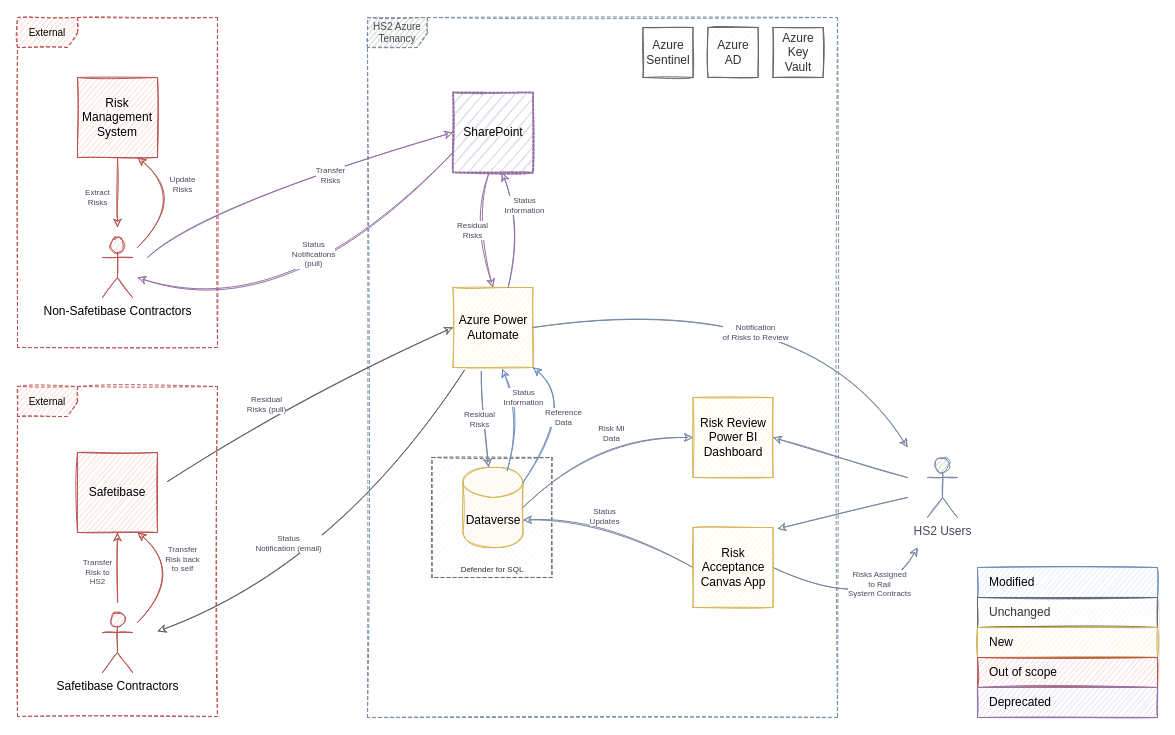
martinlt/reference keeps this draw.io diagram as page "High Level Design - phase #2" (6 of 13) of P639 Diagrams.drawio. Above is the earlier version. Source tidied: cells renumbered, new cells numbered last; positions are measured from the earlier drawing's top-left corner, leaving out a move shared by most shapes. Both pictures are drawn from the tidied source at 100%, with x=0, y=0 at pixel (17, 17).
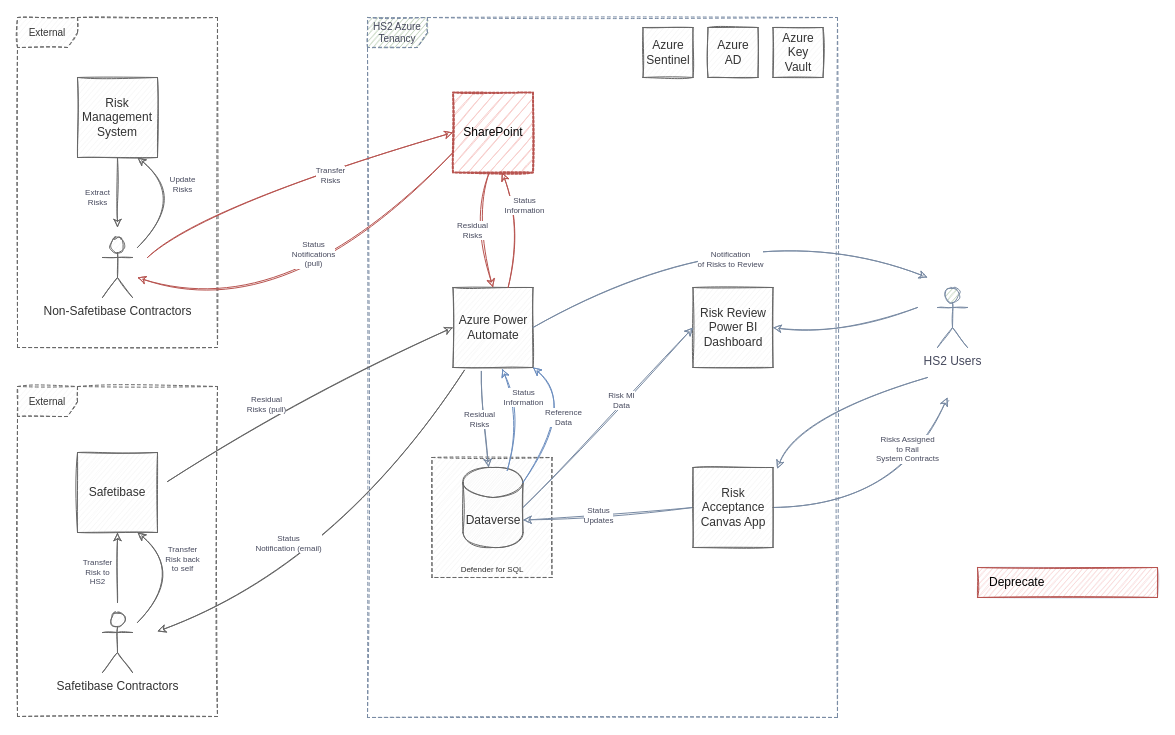
The same diagram, later.

Change to the diagram source:
```diff
@@
-    <mxCell id="2" value="External" style="shape=umlFrame;whiteSpace=wrap;html=1;rounded=0;fillColor=#f8cecc;strokeColor=#b85450;dashed=1;fontSize=10;sketch=1;" parent="1" vertex="1">
+    <mxCell id="2" value="External" style="shape=umlFrame;whiteSpace=wrap;html=1;rounded=0;fillColor=#f5f5f5;strokeColor=#666666;dashed=1;fontSize=10;sketch=1;fontColor=#333333;" parent="1" vertex="1">
       <mxGeometry y="369" width="200" height="330" as="geometry" />
     </mxCell>
@@
-    <mxCell id="6" value="Azure Power&lt;br&gt;Automate" style="whiteSpace=wrap;html=1;fillColor=#fff2cc;strokeColor=#d6b656;sketch=1;" parent="1" vertex="1">
+    <mxCell id="6" value="Azure Power&lt;br&gt;Automate" style="whiteSpace=wrap;html=1;fillColor=#f5f5f5;strokeColor=#666666;sketch=1;fontColor=#333333;" parent="1" vertex="1">
       <mxGeometry x="435.5" y="270" width="80" height="80" as="geometry" />
     </mxCell>
@@
-    <mxCell id="8" value="Dataverse" style="shape=cylinder3;whiteSpace=wrap;html=1;boundedLbl=1;backgroundOutline=1;size=15;fillColor=#fff2cc;strokeColor=#d6b656;sketch=1;" parent="1" vertex="1">
+    <mxCell id="8" value="Dataverse" style="shape=cylinder3;whiteSpace=wrap;html=1;boundedLbl=1;backgroundOutline=1;size=15;fillColor=#f5f5f5;strokeColor=#666666;sketch=1;fontColor=#333333;" parent="1" vertex="1">
       <mxGeometry x="445.5" y="450" width="60" height="80" as="geometry" />
     </mxCell>
@@
-    <mxCell id="10" value="Risk Review Power BI Dashboard" style="whiteSpace=wrap;html=1;fillColor=#fff2cc;strokeColor=#d6b656;sketch=1;" parent="1" vertex="1">
-      <mxGeometry x="675.5" y="380" width="80" height="80" as="geometry" />
+    <mxCell id="10" value="Risk Review Power BI Dashboard" style="whiteSpace=wrap;html=1;fillColor=#f5f5f5;strokeColor=#666666;sketch=1;fontColor=#333333;" parent="1" vertex="1">
+      <mxGeometry x="675.5" y="270" width="80" height="80" as="geometry" />
     </mxCell>
@@
     <mxCell id="13" value="HS2 Users" style="shape=umlActor;verticalLabelPosition=bottom;verticalAlign=top;html=1;rounded=0;fillColor=#B2C9AB;strokeColor=#788AA3;fontColor=#46495D;sketch=1;" parent="1" vertex="1">
-      <mxGeometry x="910" y="440" width="30" height="60" as="geometry" />
+      <mxGeometry x="920" y="270" width="30" height="60" as="geometry" />
     </mxCell>
     <mxCell id="14" value="Notification&lt;br style=&quot;font-size: 8px;&quot;&gt;of Risks to Review" style="curved=1;endArrow=classic;html=1;rounded=0;fontSize=8;strokeColor=#788AA3;fontColor=#46495D;exitX=1;exitY=0.5;exitDx=0;exitDy=0;sketch=1;" parent="1" edge="1" source="6">
       <mxGeometry x="-0.06" y="-37" relative="1" as="geometry">
-        <mxPoint x="890" y="430" as="targetPoint" />
+        <mxPoint x="910" y="260" as="targetPoint" />
         <Array as="points">
-          <mxPoint x="790" y="270" />
+          <mxPoint x="730" y="190" />
         </Array>
       </mxGeometry>
     </mxCell>
     <mxCell id="15" style="curved=1;endArrow=none;html=1;rounded=0;startArrow=classic;startFill=1;endFill=0;exitX=1;exitY=0.5;exitDx=0;exitDy=0;fontSize=8;strokeColor=#788AA3;fontColor=#46495D;sketch=1;" parent="1" edge="1" source="10">
       <mxGeometry y="-10" relative="1" as="geometry">
-        <mxPoint x="890" y="460" as="targetPoint" />
+        <mxPoint x="900" y="290" as="targetPoint" />
         <Array as="points">
-          <mxPoint x="820" y="440" />
+          <mxPoint x="820" y="320" />
         </Array>
       </mxGeometry>
     </mxCell>
     <mxCell id="16" style="curved=1;endArrow=none;html=1;rounded=0;startArrow=classic;startFill=1;endFill=0;exitX=1.053;exitY=0.015;exitDx=0;exitDy=0;fontSize=8;strokeColor=#788AA3;fontColor=#46495D;exitPerimeter=0;sketch=1;" parent="1" edge="1" source="20">
       <mxGeometry y="-10" relative="1" as="geometry">
-        <mxPoint x="890" y="480" as="targetPoint" />
+        <mxPoint x="910" y="360" as="targetPoint" />
         <Array as="points">
-          <mxPoint x="810" y="500" />
+          <mxPoint x="780" y="400" />
         </Array>
       </mxGeometry>
     </mxCell>
@@
     <mxCell id="19" value="Risks Assigned &lt;br style=&quot;font-size: 8px;&quot;&gt;to Rail &lt;br style=&quot;font-size: 8px;&quot;&gt;System Contracts" style="curved=1;endArrow=none;html=1;rounded=0;startArrow=classic;startFill=1;endFill=0;fontSize=8;entryX=1;entryY=0.5;entryDx=0;entryDy=0;strokeColor=#788AA3;fontColor=#46495D;sketch=1;" parent="1" edge="1" target="20">
       <mxGeometry x="-0.48" y="-15" relative="1" as="geometry">
-        <mxPoint x="900" y="530" as="sourcePoint" />
+        <mxPoint x="930" y="380" as="sourcePoint" />
         <Array as="points">
-          <mxPoint x="860" y="600" />
+          <mxPoint x="880" y="490" />
         </Array>
       </mxGeometry>
     </mxCell>
-    <mxCell id="20" value="Risk Acceptance&lt;br&gt;Canvas App" style="whiteSpace=wrap;html=1;fillColor=#fff2cc;strokeColor=#d6b656;sketch=1;" parent="1" vertex="1">
-      <mxGeometry x="675.5" y="510" width="80" height="80" as="geometry" />
+    <mxCell id="20" value="Risk Acceptance&lt;br&gt;Canvas App" style="whiteSpace=wrap;html=1;fillColor=#f5f5f5;strokeColor=#666666;sketch=1;fontColor=#333333;" parent="1" vertex="1">
+      <mxGeometry x="675.5" y="450" width="80" height="80" as="geometry" />
     </mxCell>
@@
-    <mxCell id="24" value="Safetibase" style="whiteSpace=wrap;html=1;fillColor=#f8cecc;strokeColor=#b85450;sketch=1;" parent="1" vertex="1">
+    <mxCell id="24" value="Safetibase" style="whiteSpace=wrap;html=1;fillColor=#f5f5f5;strokeColor=#666666;sketch=1;fontColor=#333333;" parent="1" vertex="1">
       <mxGeometry x="60" y="435" width="80" height="80" as="geometry" />
     </mxCell>
-    <mxCell id="25" value="Transfer&lt;br style=&quot;font-size: 8px;&quot;&gt;Risk to&lt;br style=&quot;font-size: 8px;&quot;&gt;HS2" style="endArrow=classic;html=1;rounded=0;exitX=0.5;exitY=0;exitDx=0;exitDy=0;fontSize=8;strokeColor=#b85450;fontColor=#46495D;sketch=1;fillColor=#f8cecc;" parent="1" edge="1" target="24">
+    <mxCell id="25" value="Transfer&lt;br style=&quot;font-size: 8px;&quot;&gt;Risk to&lt;br style=&quot;font-size: 8px;&quot;&gt;HS2" style="endArrow=classic;html=1;rounded=0;exitX=0.5;exitY=0;exitDx=0;exitDy=0;fontSize=8;strokeColor=#666666;fontColor=#46495D;sketch=1;fillColor=#f5f5f5;" parent="1" edge="1" target="24">
       <mxGeometry x="-0.14" y="20" relative="1" as="geometry">
         <mxPoint x="100" y="585" as="sourcePoint" />
       </mxGeometry>
     </mxCell>
-    <mxCell id="26" value="Safetibase Contractors" style="shape=umlActor;verticalLabelPosition=bottom;verticalAlign=top;html=1;rounded=0;fillColor=#f8cecc;strokeColor=#b85450;sketch=1;" parent="1" vertex="1">
+    <mxCell id="26" value="Safetibase Contractors" style="shape=umlActor;verticalLabelPosition=bottom;verticalAlign=top;html=1;rounded=0;fillColor=#f5f5f5;strokeColor=#666666;sketch=1;fontColor=#333333;" parent="1" vertex="1">
       <mxGeometry x="85" y="595" width="30" height="60" as="geometry" />
     </mxCell>
-    <mxCell id="27" value="Transfer&lt;br style=&quot;font-size: 8px;&quot;&gt;Risk back&lt;br style=&quot;font-size: 8px;&quot;&gt;to self" style="curved=1;endArrow=none;html=1;rounded=0;startArrow=classic;startFill=1;endFill=0;exitX=0.75;exitY=1;exitDx=0;exitDy=0;fontSize=8;strokeColor=#b85450;fontColor=#46495D;sketch=1;fillColor=#f8cecc;" parent="1" edge="1" source="24">
+    <mxCell id="27" value="Transfer&lt;br style=&quot;font-size: 8px;&quot;&gt;Risk back&lt;br style=&quot;font-size: 8px;&quot;&gt;to self" style="curved=1;endArrow=none;html=1;rounded=0;startArrow=classic;startFill=1;endFill=0;exitX=0.75;exitY=1;exitDx=0;exitDy=0;fontSize=8;strokeColor=#666666;fontColor=#46495D;sketch=1;fillColor=#f5f5f5;" parent="1" edge="1" source="24">
       <mxGeometry x="-0.23" y="7" relative="1" as="geometry">
         <mxPoint x="120" y="605" as="targetPoint" />
         <Array as="points">
           <mxPoint x="170" y="555" />
         </Array>
       </mxGeometry>
     </mxCell>
-    <mxCell id="28" value="External" style="shape=umlFrame;whiteSpace=wrap;html=1;rounded=0;fillColor=#f8cecc;strokeColor=#b85450;dashed=1;fontSize=10;sketch=1;" parent="1" vertex="1">
+    <mxCell id="28" value="External" style="shape=umlFrame;whiteSpace=wrap;html=1;rounded=0;fillColor=#f5f5f5;strokeColor=#666666;dashed=1;fontSize=10;sketch=1;fontColor=#333333;" parent="1" vertex="1">
       <mxGeometry width="200" height="330" as="geometry" />
     </mxCell>
-    <mxCell id="29" value="Risk Management&lt;div&gt;System&lt;/div&gt;" style="whiteSpace=wrap;html=1;fillColor=#f8cecc;strokeColor=#b85450;sketch=1;" parent="1" vertex="1">
+    <mxCell id="29" value="Risk Management&lt;div&gt;System&lt;/div&gt;" style="whiteSpace=wrap;html=1;fillColor=#f5f5f5;strokeColor=#666666;sketch=1;fontColor=#333333;" parent="1" vertex="1">
       <mxGeometry x="60" y="60" width="80" height="80" as="geometry" />
     </mxCell>
-    <mxCell id="30" value="Extract&lt;div&gt;Risks&lt;/div&gt;" style="endArrow=none;html=1;rounded=0;exitX=0.5;exitY=0;exitDx=0;exitDy=0;fontSize=8;strokeColor=#b85450;fontColor=#46495D;sketch=1;fillColor=#f8cecc;startArrow=classic;startFill=0;endFill=0;" parent="1" edge="1" target="29">
+    <mxCell id="30" value="Extract&lt;div&gt;Risks&lt;/div&gt;" style="endArrow=none;html=1;rounded=0;exitX=0.5;exitY=0;exitDx=0;exitDy=0;fontSize=8;strokeColor=#666666;fontColor=#46495D;sketch=1;fillColor=#f5f5f5;startArrow=classic;startFill=0;endFill=0;" parent="1" edge="1" target="29">
       <mxGeometry x="-0.14" y="20" relative="1" as="geometry">
         <mxPoint x="100" y="210" as="sourcePoint" />
       </mxGeometry>
     </mxCell>
-    <mxCell id="31" value="Non-Safetibase Contractors" style="shape=umlActor;verticalLabelPosition=bottom;verticalAlign=top;html=1;rounded=0;fillColor=#f8cecc;strokeColor=#b85450;sketch=1;" parent="1" vertex="1">
+    <mxCell id="31" value="Non-Safetibase Contractors" style="shape=umlActor;verticalLabelPosition=bottom;verticalAlign=top;html=1;rounded=0;fillColor=#f5f5f5;strokeColor=#666666;sketch=1;fontColor=#333333;" parent="1" vertex="1">
       <mxGeometry x="85" y="220" width="30" height="60" as="geometry" />
     </mxCell>
-    <mxCell id="32" value="Update&lt;div&gt;Risks&lt;/div&gt;" style="curved=1;endArrow=none;html=1;rounded=0;startArrow=classic;startFill=1;endFill=0;exitX=0.75;exitY=1;exitDx=0;exitDy=0;fontSize=8;strokeColor=#b85450;fontColor=#46495D;sketch=1;fillColor=#f8cecc;" parent="1" edge="1" source="29">
+    <mxCell id="32" value="Update&lt;div&gt;Risks&lt;/div&gt;" style="curved=1;endArrow=none;html=1;rounded=0;startArrow=classic;startFill=1;endFill=0;exitX=0.75;exitY=1;exitDx=0;exitDy=0;fontSize=8;strokeColor=#666666;fontColor=#46495D;sketch=1;fillColor=#f5f5f5;" parent="1" edge="1" source="29">
       <mxGeometry x="-0.23" y="7" relative="1" as="geometry">
         <mxPoint x="120" y="230" as="targetPoint" />
         <Array as="points">
           <mxPoint x="170" y="180" />
         </Array>
       </mxGeometry>
     </mxCell>
-    <mxCell id="33" value="SharePoint" style="whiteSpace=wrap;html=1;fillColor=#e1d5e7;strokeColor=#9673a6;sketch=1;dashed=1;dashPattern=1 1;strokeWidth=2;" parent="1" vertex="1">
+    <mxCell id="33" value="SharePoint" style="whiteSpace=wrap;html=1;fillColor=#f8cecc;strokeColor=#b85450;sketch=1;dashed=1;dashPattern=1 1;strokeWidth=2;" parent="1" vertex="1">
       <mxGeometry x="435.5" y="75" width="80" height="80" as="geometry" />
     </mxCell>
-    <mxCell id="34" value="Transfer&lt;div&gt;Risks&lt;/div&gt;" style="curved=1;endArrow=none;html=1;rounded=0;startArrow=classic;startFill=1;endFill=0;exitX=0;exitY=0.5;exitDx=0;exitDy=0;fontSize=8;strokeColor=#9673a6;fontColor=#46495D;sketch=1;fillColor=#e1d5e7;" parent="1" edge="1" source="33">
+    <mxCell id="34" value="Transfer&lt;div&gt;Risks&lt;/div&gt;" style="curved=1;endArrow=none;html=1;rounded=0;startArrow=classic;startFill=1;endFill=0;exitX=0;exitY=0.5;exitDx=0;exitDy=0;fontSize=8;strokeColor=#b85450;fontColor=#46495D;sketch=1;fillColor=#f8cecc;" parent="1" edge="1" source="33">
       <mxGeometry x="-0.23" y="7" relative="1" as="geometry">
         <mxPoint x="130" y="240" as="targetPoint" />
         <Array as="points">
           <mxPoint x="180" y="190" />
         </Array>
       </mxGeometry>
     </mxCell>
-    <mxCell id="35" value="Status&lt;div&gt;Notifications&lt;/div&gt;&lt;div&gt;(pull)&lt;/div&gt;" style="curved=1;endArrow=none;html=1;rounded=0;startArrow=classic;startFill=1;endFill=0;fontSize=8;strokeColor=#9673a6;fontColor=#46495D;sketch=1;fillColor=#e1d5e7;entryX=0;entryY=0.75;entryDx=0;entryDy=0;" parent="1" edge="1" target="33">
+    <mxCell id="35" value="Status&lt;div&gt;Notifications&lt;/div&gt;&lt;div&gt;(pull)&lt;/div&gt;" style="curved=1;endArrow=none;html=1;rounded=0;startArrow=classic;startFill=1;endFill=0;fontSize=8;strokeColor=#b85450;fontColor=#46495D;sketch=1;fillColor=#f8cecc;entryX=0;entryY=0.75;entryDx=0;entryDy=0;" parent="1" edge="1" target="33">
       <mxGeometry x="0.15" y="31" relative="1" as="geometry">
         <mxPoint x="120" y="260" as="sourcePoint" />
         <Array as="points">
           <mxPoint x="270" y="310" />
         </Array>
       </mxGeometry>
     </mxCell>
-    <mxCell id="36" value="Residual&lt;br style=&quot;font-size: 8px;&quot;&gt;Risks" style="curved=1;endArrow=classic;html=1;rounded=0;fontSize=8;strokeColor=#9673a6;fontColor=#46495D;startArrow=none;exitX=0.354;exitY=1.048;exitDx=0;exitDy=0;exitPerimeter=0;sketch=1;entryX=0.5;entryY=0;entryDx=0;entryDy=0;fillColor=#e1d5e7;" parent="1" edge="1" target="6">
+    <mxCell id="36" value="Residual&lt;br style=&quot;font-size: 8px;&quot;&gt;Risks" style="curved=1;endArrow=classic;html=1;rounded=0;fontSize=8;strokeColor=#b85450;fontColor=#46495D;startArrow=none;exitX=0.354;exitY=1.048;exitDx=0;exitDy=0;exitPerimeter=0;sketch=1;entryX=0.5;entryY=0;entryDx=0;entryDy=0;fillColor=#f8cecc;" parent="1" edge="1" target="6">
       <mxGeometry x="-0.01" y="-4" relative="1" as="geometry">
         <mxPoint x="471.7" y="155" as="sourcePoint" />
         <Array as="points">
           <mxPoint x="455.5" y="201" />
         </Array>
       </mxGeometry>
     </mxCell>
-    <mxCell id="37" value="Status&lt;br style=&quot;font-size: 8px;&quot;&gt;Information" style="curved=1;endArrow=none;html=1;rounded=0;exitX=0.615;exitY=1.017;exitDx=0;exitDy=0;fontSize=8;entryX=0.69;entryY=-0.003;entryDx=0;entryDy=0;entryPerimeter=0;startArrow=classic;startFill=1;endFill=0;strokeColor=#9673a6;fontColor=#46495D;fillColor=#e1d5e7;exitPerimeter=0;sketch=1;" parent="1" edge="1" target="6">
+    <mxCell id="37" value="Status&lt;br style=&quot;font-size: 8px;&quot;&gt;Information" style="curved=1;endArrow=none;html=1;rounded=0;exitX=0.615;exitY=1.017;exitDx=0;exitDy=0;fontSize=8;entryX=0.69;entryY=-0.003;entryDx=0;entryDy=0;entryPerimeter=0;startArrow=classic;startFill=1;endFill=0;strokeColor=#b85450;fontColor=#46495D;fillColor=#f8cecc;exitPerimeter=0;sketch=1;" parent="1" edge="1" target="6">
       <mxGeometry x="-0.36" y="8" relative="1" as="geometry">
         <mxPoint x="484.5" y="155" as="sourcePoint" />
         <Array as="points">
           <mxPoint x="505.5" y="204" />
         </Array>
       </mxGeometry>
     </mxCell>
     <mxCell id="38" style="shape=table;html=1;whiteSpace=wrap;startSize=0;childLayout=tableLayout;fillColor=#dae8fc;align=left;spacingLeft=10;strokeColor=#6c8ebf;rounded=1;arcSize=11;opacity=20;sketch=1;" parent="1" vertex="1">
-      <mxGeometry x="960" y="550" width="180" height="150" as="geometry" />
+      <mxGeometry x="960" y="550" width="180" height="30" as="geometry" />
     </mxCell>
-    <mxCell id="39" value="Modified" style="shape=partialRectangle;html=1;whiteSpace=wrap;fillColor=#dae8fc;top=1;left=1;bottom=1;right=1;overflow=hidden;align=left;spacingLeft=10;strokeColor=#6c8ebf;rounded=0;strokeWidth=1;sketch=1;" parent="38" vertex="1">
-      <mxGeometry width="180" height="30" as="geometry" />
-    </mxCell>
-    <mxCell id="40" value="Unchanged" style="shape=partialRectangle;html=1;whiteSpace=wrap;fillColor=#f5f5f5;top=1;left=1;bottom=1;right=1;overflow=hidden;align=left;spacingLeft=10;strokeColor=#666666;rounded=0;strokeWidth=1;sketch=1;fontColor=#333333;" parent="38" vertex="1">
-      <mxGeometry y="30" width="180" height="30" as="geometry" />
-    </mxCell>
-    <mxCell id="41" value="New" style="shape=partialRectangle;html=1;whiteSpace=wrap;fillColor=#fff2cc;top=1;left=1;bottom=1;right=1;overflow=hidden;align=left;spacingLeft=10;rounded=0;strokeColor=#d6b656;sketch=1;" parent="38" vertex="1">
-      <mxGeometry y="60" width="180" height="30" as="geometry" />
-    </mxCell>
-    <mxCell id="42" value="Out of scope" style="shape=partialRectangle;html=1;whiteSpace=wrap;fillColor=#f8cecc;top=1;left=1;bottom=1;right=1;overflow=hidden;align=left;spacingLeft=10;rounded=0;strokeColor=#b85450;sketch=1;" parent="38" vertex="1">
-      <mxGeometry y="90" width="180" height="30" as="geometry" />
+    <mxCell id="42" value="Deprecate" style="shape=partialRectangle;html=1;whiteSpace=wrap;fillColor=#f8cecc;top=1;left=1;bottom=1;right=1;overflow=hidden;align=left;spacingLeft=10;rounded=0;strokeColor=#b85450;sketch=1;" parent="38" vertex="1">
+      <mxGeometry width="180" height="30" as="geometry" />
     </mxCell>
-    <mxCell id="43" value="Deprecated" style="shape=partialRectangle;html=1;whiteSpace=wrap;fillColor=#e1d5e7;top=1;left=1;bottom=1;right=1;overflow=hidden;align=left;spacingLeft=10;rounded=0;strokeColor=#9673a6;sketch=1;" parent="38" vertex="1">
-      <mxGeometry y="120" width="180" height="30" as="geometry" />
-    </mxCell>
```
